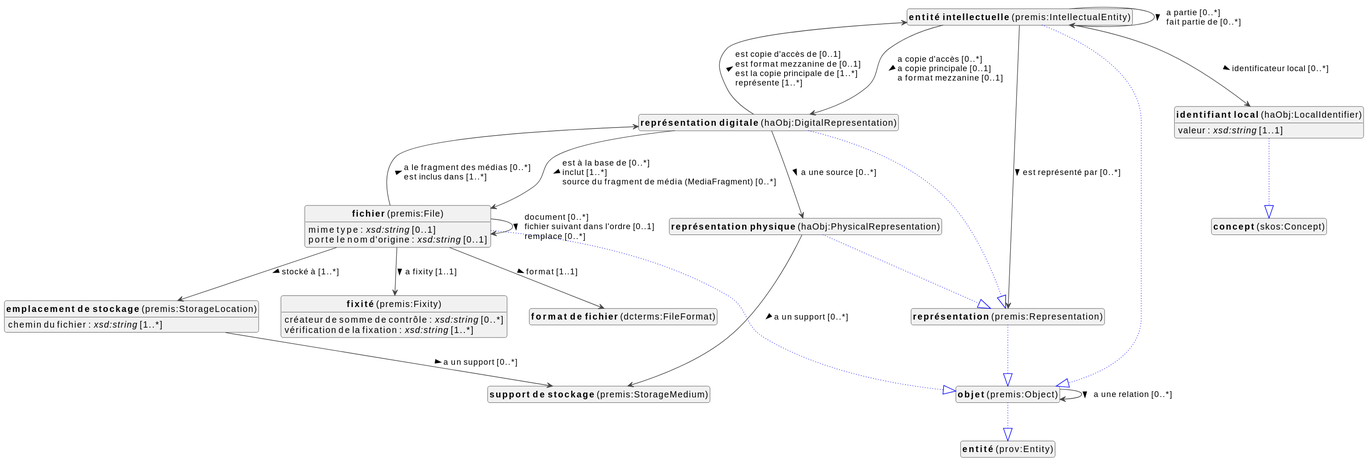
Above: docs/metadata/knowledge-graph/0.0.1/object/fr/object-diagram.svg in viaacode/documentation-jekyll (PlantUML), before the change.
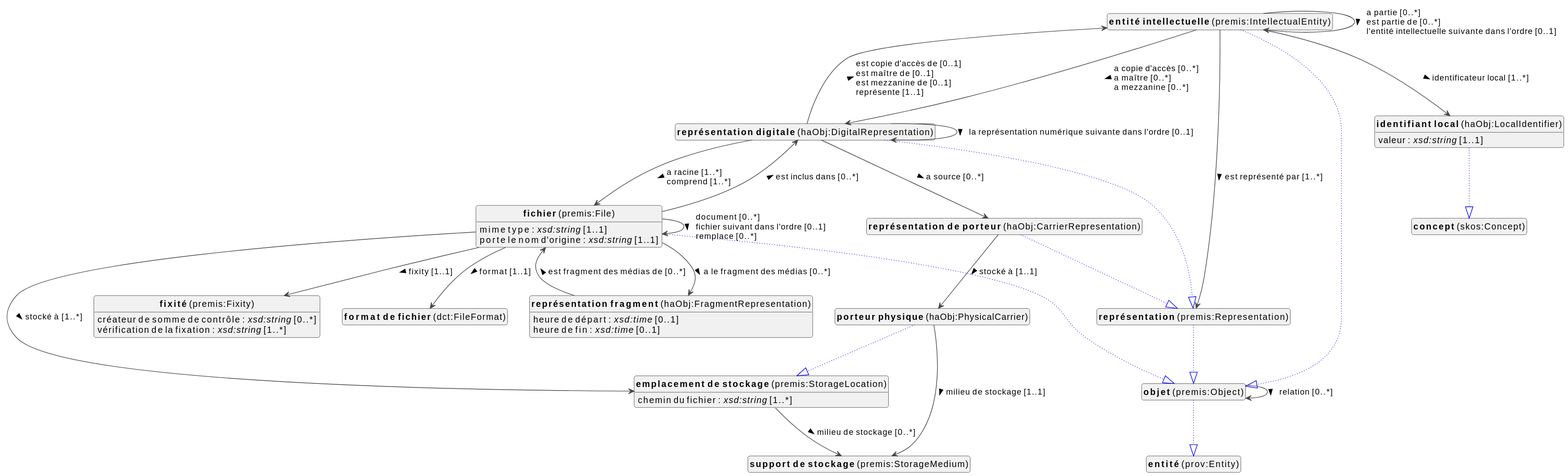
Later version of the same file.

Diff of the diagram source:
```diff
@@ -16,40 +16,44 @@
 class "<b>fichier</b> (premis:File)" as premis_File [[#premis%3AFile]]
 class "<b>objet</b> (premis:Object)" as premis_Object [[#premis%3AObject]]
 class "<b>fixité</b> (premis:Fixity)" as premis_Fixity [[#premis%3AFixity]]
-class "<b>format de fichier</b> (dcterms:FileFormat)" as dcterms_FileFormat [[#dcterms%3AFileFormat]]
+class "<b>format de fichier</b> (dct:FileFormat)" as dct_FileFormat [[#dct%3AFileFormat]]
 class "<b>identifiant local</b> (haObj:LocalIdentifier)" as haObj_LocalIdentifier [[#haObj%3ALocalIdentifier]]
 class "<b>concept</b> (skos:Concept)" as skos_Concept [[#skos%3AConcept]]
 class "<b>objet</b> (premis:Object)" as premis_Object [[#premis%3AObject]]
 class "<b>entité</b> (prov:Entity)" as prov_Entity [[#prov%3AEntity]]
+class "<b>porteur physique</b> (haObj:PhysicalCarrier)" as haObj_PhysicalCarrier [[#haObj%3APhysicalCarrier]]
+class "<b>emplacement de stockage</b> (premis:StorageLocation)" as premis_StorageLocation [[#premis%3AStorageLocation]]
 class "<b>représentation</b> (premis:Representation)" as premis_Representation [[#premis%3ARepresentation]]
 class "<b>objet</b> (premis:Object)" as premis_Object [[#premis%3AObject]]
+class "<b>représentation de porteur</b> (haObj:CarrierRepresentation)" as haObj_CarrierRepresentation [[#haObj%3ACarrierRepresentation]]
+class "<b>représentation</b> (premis:Representation)" as premis_Representation [[#premis%3ARepresentation]]
 class "<b>représentation digitale</b> (haObj:DigitalRepresentation)" as haObj_DigitalRepresentation [[#haObj%3ADigitalRepresentation]]
 class "<b>représentation</b> (premis:Representation)" as premis_Representation [[#premis%3ARepresentation]]
-class "<b>représentation physique</b> (haObj:PhysicalRepresentation)" as haObj_PhysicalRepresentation [[#haObj%3APhysicalRepresentation]]
-class "<b>représentation</b> (premis:Representation)" as premis_Representation [[#premis%3ARepresentation]]
+class "<b>représentation fragment</b> (haObj:FragmentRepresentation)" as haObj_FragmentRepresentation [[#haObj%3AFragmentRepresentation]]
 class "<b>support de stockage</b> (premis:StorageMedium)" as premis_StorageMedium [[#premis%3AStorageMedium]]
 
 
 premis_StorageLocation : chemin du fichier : <i>xsd:string</i> [1..*]
-premis_StorageLocation --> premis_StorageMedium :a un support [0..*]  >
+premis_StorageLocation --> premis_StorageMedium :milieu de stockage [0..*]  >
 
 
 premis_IntellectualEntity --|> premis_Object #blue;line.dotted;text:blue
 
-premis_IntellectualEntity --> haObj_DigitalRepresentation :a copie d'accès [0..*]  \la copie principale [0..1]  \la format mezzanine [0..1]  >
-premis_IntellectualEntity --> haObj_LocalIdentifier :identificateur local [0..*]  >
-premis_IntellectualEntity --> premis_IntellectualEntity :a partie [0..*]  \lfait partie de [0..*]  >
-premis_IntellectualEntity --> premis_Representation :est représenté par [0..*]  >
+premis_IntellectualEntity --> haObj_DigitalRepresentation :a copie d'accès [0..*]  \la maître [0..*]  \la mezzanine [0..*]  >
+premis_IntellectualEntity --> haObj_LocalIdentifier :identificateur local [1..*]  >
+premis_IntellectualEntity --> premis_IntellectualEntity :a partie [0..*]  \lest partie de [0..*]  \ll'entité intellectuelle suivante dans l'ordre [0..1]  >
+premis_IntellectualEntity --> premis_Representation :est représenté par [1..*]  >
 
 premis_File --|> premis_Object #blue;line.dotted;text:blue
 
-premis_File : a une taille (du fichier) : <i>xsd:nonNegativeInteger</i> [0..1]
-premis_File : mime type : <i>xsd:string</i> [0..1]
-premis_File : porte le nom d'origine : <i>xsd:string</i> [0..1]
-premis_File --> dcterms_FileFormat :format [1..1]  >
-premis_File --> haObj_DigitalRepresentation :a le fragment des médias [0..*]  \lest inclus dans [1..*]  >
+premis_File : a une taille (du fichier) : <i>xsd:nonNegativeInteger</i> [1..1]
+premis_File : mime type : <i>xsd:string</i> [1..1]
+premis_File : porte le nom d'origine : <i>xsd:string</i> [1..1]
+premis_File --> dct_FileFormat :format [1..1]  >
+premis_File --> haObj_DigitalRepresentation :est inclus dans [0..*]  >
+premis_File --> haObj_FragmentRepresentation :a le fragment des médias [0..*]  >
 premis_File --> premis_File :document [0..*]  \lfichier suivant dans l'ordre [0..1]  \lremplace [0..*]  >
-premis_File --> premis_Fixity :a fixity [1..1]  >
+premis_File --> premis_Fixity :fixity [1..1]  >
 premis_File --> premis_StorageLocation :stocké à [1..*]  >
 
 
@@ -68,20 +72,31 @@
 
 premis_Object --|> prov_Entity #blue;line.dotted;text:blue
 
-premis_Object --> premis_Object :a une relation [0..*]  >
+premis_Object --> premis_Object :relation [0..*]  >
+
+haObj_PhysicalCarrier --|> premis_StorageLocation #blue;line.dotted;text:blue
+
+haObj_PhysicalCarrier --> premis_StorageMedium :milieu de stockage [1..1]  >
 
 premis_Representation --|> premis_Object #blue;line.dotted;text:blue
 
 
+haObj_CarrierRepresentation --|> premis_Representation #blue;line.dotted;text:blue
+
+haObj_CarrierRepresentation --> haObj_PhysicalCarrier :stocké à [1..1]  >
+
 haObj_DigitalRepresentation --|> premis_Representation #blue;line.dotted;text:blue
 
-haObj_DigitalRepresentation --> haObj_PhysicalRepresentation :a une source [0..*]  >
-haObj_DigitalRepresentation --> premis_File :est à la base de [0..*]  \linclut [1..*]  \lsource du fragment de média (MediaFragment) [0..*]  >
-haObj_DigitalRepresentation --> premis_IntellectualEntity :est copie d'accès de [0..1]  \lest format mezzanine de [0..1]  \lest la copie principale de [1..*]  \lreprésente [1..*]  >
+haObj_DigitalRepresentation --> haObj_CarrierRepresentation :a source [0..*]  >
+haObj_DigitalRepresentation --> haObj_DigitalRepresentation :la représentation numérique suivante dans l'ordre [0..1]  >
+haObj_DigitalRepresentation --> premis_File :a racine [1..*]  \lcomprend [1..*]  >
+haObj_DigitalRepresentation --> premis_IntellectualEntity :est copie d'accès de [0..1]  \lest maître de [0..1]  \lest mezzanine de [0..1]  \lreprésente [1..1]  >
 
-haObj_PhysicalRepresentation --|> premis_Representation #blue;line.dotted;text:blue
 
-haObj_PhysicalRepresentation --> premis_StorageMedium :a un support [0..*]  >
+haObj_FragmentRepresentation : heure de départ : <i>xsd:time</i> [0..1]
+haObj_FragmentRepresentation : heure de fin : <i>xsd:time</i> [0..1]
+haObj_FragmentRepresentation --> premis_File :est fragment des médias de [0..*]  >
+
 
 
 
```
